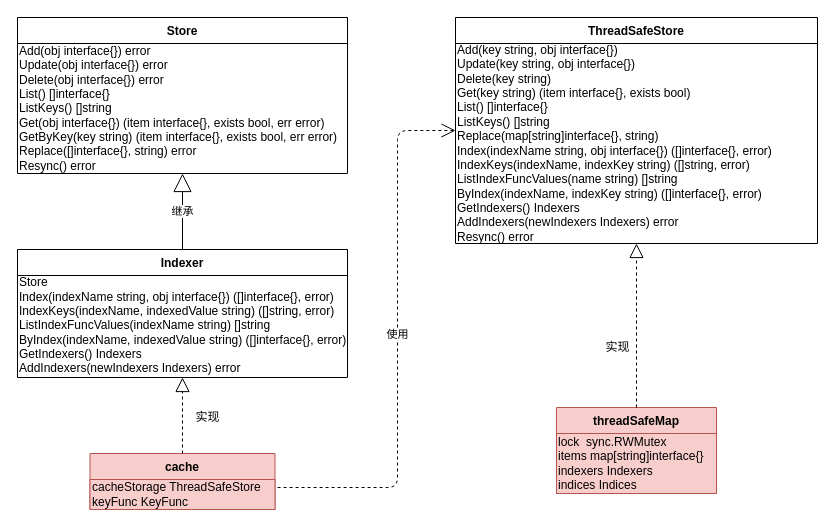
Above: 未命名绘图.drawio in flying1pig/Design-pattern (draw.io), before the change. Source tidied: cells renumbered, new cells numbered last; positions are measured from the earlier drawing's top-left corner, leaving out a move shared by most shapes. Both pictures are drawn from the tidied source at 100%, with x=0, y=0 at pixel (17, 17).
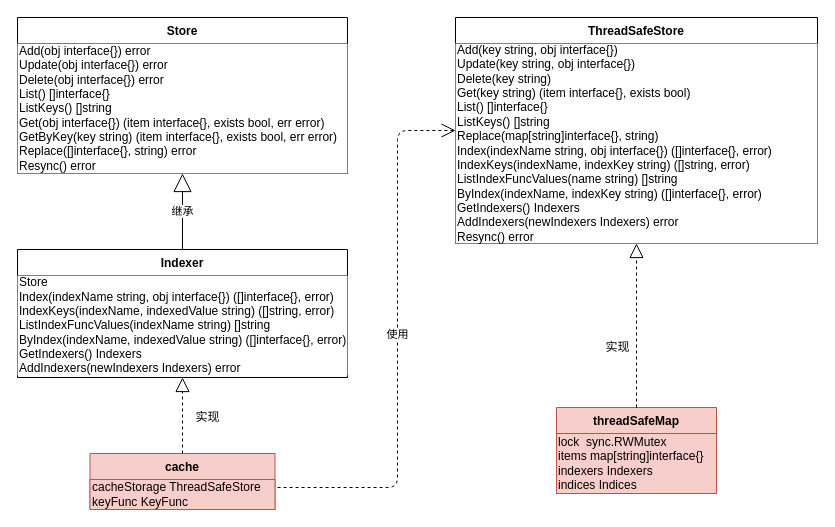
Above is the later version.

Commit message:
更新未命名绘图.drawio

The change refers to these unchanged cells:
```xml
<mxCell id="2" value="Store" style="swimlane;fontStyle=1;align=center;verticalAlign=top;horizontal=1;startSize=26;rounded=0;shadow=0;strokeWidth=1;" parent="1" vertex="1">
  <mxGeometry width="330" height="156" as="geometry" />
</mxCell>
<mxCell id="4" value="ThreadSafeStore" style="swimlane;fontStyle=1;align=center;verticalAlign=top;horizontal=1;startSize=26;rounded=0;shadow=0;strokeWidth=1;" parent="1" vertex="1">
  <mxGeometry x="438" width="362" height="226" as="geometry" />
</mxCell>
<mxCell id="6" value="Indexer" style="swimlane;fontStyle=1;align=center;verticalAlign=top;horizontal=1;startSize=26;rounded=0;shadow=0;strokeWidth=1;" parent="1" vertex="1">
  <mxGeometry y="232" width="330" height="128" as="geometry" />
</mxCell>
```

Diff of the diagram source:
```diff
@@
-    <mxCell id="3" value="&lt;div&gt;Add(obj interface{}) error&lt;/div&gt;&lt;div&gt;Update(obj interface{}) error&lt;/div&gt;&lt;div&gt;Delete(obj interface{}) error&lt;/div&gt;&lt;div&gt;List() []interface{}&lt;/div&gt;&lt;div&gt;ListKeys() []string&lt;/div&gt;&lt;div&gt;Get(obj interface{}) (item interface{}, exists bool, err error)&lt;/div&gt;&lt;div&gt;GetByKey(key string) (item interface{}, exists bool, err error)&lt;/div&gt;&lt;div&gt;Replace([]interface{}, string) error&lt;/div&gt;&lt;div&gt;Resync() error&lt;/div&gt;" style="text;html=1;align=left;verticalAlign=middle;" parent="2" vertex="1">
+    <mxCell id="3" value="&lt;div&gt;Add(obj interface{}) error&lt;/div&gt;&lt;div&gt;Update(obj interface{}) error&lt;/div&gt;&lt;div&gt;Delete(obj interface{}) error&lt;/div&gt;&lt;div&gt;List() []interface{}&lt;/div&gt;&lt;div&gt;ListKeys() []string&lt;/div&gt;&lt;div&gt;Get(obj interface{}) (item interface{}, exists bool, err error)&lt;/div&gt;&lt;div&gt;GetByKey(key string) (item interface{}, exists bool, err error)&lt;/div&gt;&lt;div&gt;Replace([]interface{}, string) error&lt;/div&gt;&lt;div&gt;Resync() error&lt;/div&gt;" style="text;html=1;align=left;verticalAlign=middle;fillColor=#FFFFFF;" parent="2" vertex="1">
       <mxGeometry y="26" width="330" height="130" as="geometry" />
     </mxCell>
@@
-    <mxCell id="5" value="&lt;div&gt;Add(key string, obj interface{})&lt;/div&gt;&lt;div&gt;Update(key string, obj interface{})&lt;/div&gt;&lt;div&gt;Delete(key string)&lt;/div&gt;&lt;div&gt;Get(key string) (item interface{}, exists bool)&lt;/div&gt;&lt;div&gt;List() []interface{}&lt;/div&gt;&lt;div&gt;ListKeys() []string&lt;/div&gt;&lt;div&gt;Replace(map[string]interface{}, string)&lt;/div&gt;&lt;div&gt;Index(indexName string, obj interface{}) ([]interface{}, error)&lt;/div&gt;&lt;div&gt;IndexKeys(indexName, indexKey string) ([]string, error)&lt;/div&gt;&lt;div&gt;ListIndexFuncValues(name string) []string&lt;/div&gt;&lt;div&gt;ByIndex(indexName, indexKey string) ([]interface{}, error)&lt;/div&gt;&lt;div&gt;GetIndexers() Indexers&lt;/div&gt;&lt;div&gt;AddIndexers(newIndexers Indexers) error&lt;/div&gt;&lt;div&gt;Resync() error&lt;/div&gt;" style="text;html=1;align=left;verticalAlign=middle;" parent="4" vertex="1">
+    <mxCell id="5" value="&lt;div&gt;Add(key string, obj interface{})&lt;/div&gt;&lt;div&gt;Update(key string, obj interface{})&lt;/div&gt;&lt;div&gt;Delete(key string)&lt;/div&gt;&lt;div&gt;Get(key string) (item interface{}, exists bool)&lt;/div&gt;&lt;div&gt;List() []interface{}&lt;/div&gt;&lt;div&gt;ListKeys() []string&lt;/div&gt;&lt;div&gt;Replace(map[string]interface{}, string)&lt;/div&gt;&lt;div&gt;Index(indexName string, obj interface{}) ([]interface{}, error)&lt;/div&gt;&lt;div&gt;IndexKeys(indexName, indexKey string) ([]string, error)&lt;/div&gt;&lt;div&gt;ListIndexFuncValues(name string) []string&lt;/div&gt;&lt;div&gt;ByIndex(indexName, indexKey string) ([]interface{}, error)&lt;/div&gt;&lt;div&gt;GetIndexers() Indexers&lt;/div&gt;&lt;div&gt;AddIndexers(newIndexers Indexers) error&lt;/div&gt;&lt;div&gt;Resync() error&lt;/div&gt;" style="text;html=1;align=left;verticalAlign=middle;fillColor=#ffffff;" parent="4" vertex="1">
       <mxGeometry y="26" width="362" height="200" as="geometry" />
     </mxCell>
@@
-    <mxCell id="7" value="&lt;div&gt;Store&lt;/div&gt;&lt;div&gt;Index(indexName string, obj interface{}) ([]interface{}, error)&lt;/div&gt;&lt;div&gt;IndexKeys(indexName, indexedValue string) ([]string, error)&lt;/div&gt;&lt;div&gt;ListIndexFuncValues(indexName string) []string&lt;/div&gt;&lt;div&gt;ByIndex(indexName, indexedValue string) ([]interface{}, error)&lt;/div&gt;&lt;div&gt;GetIndexers() Indexers&lt;/div&gt;&lt;div&gt;AddIndexers(newIndexers Indexers) error&lt;/div&gt;" style="text;html=1;align=left;verticalAlign=middle;" parent="6" vertex="1">
+    <mxCell id="7" value="&lt;div&gt;Store&lt;/div&gt;&lt;div&gt;Index(indexName string, obj interface{}) ([]interface{}, error)&lt;/div&gt;&lt;div&gt;IndexKeys(indexName, indexedValue string) ([]string, error)&lt;/div&gt;&lt;div&gt;ListIndexFuncValues(indexName string) []string&lt;/div&gt;&lt;div&gt;ByIndex(indexName, indexedValue string) ([]interface{}, error)&lt;/div&gt;&lt;div&gt;GetIndexers() Indexers&lt;/div&gt;&lt;div&gt;AddIndexers(newIndexers Indexers) error&lt;/div&gt;" style="text;html=1;align=left;verticalAlign=middle;fillColor=#ffffff;" parent="6" vertex="1">
       <mxGeometry y="26" width="330" height="100" as="geometry" />
     </mxCell>
```
